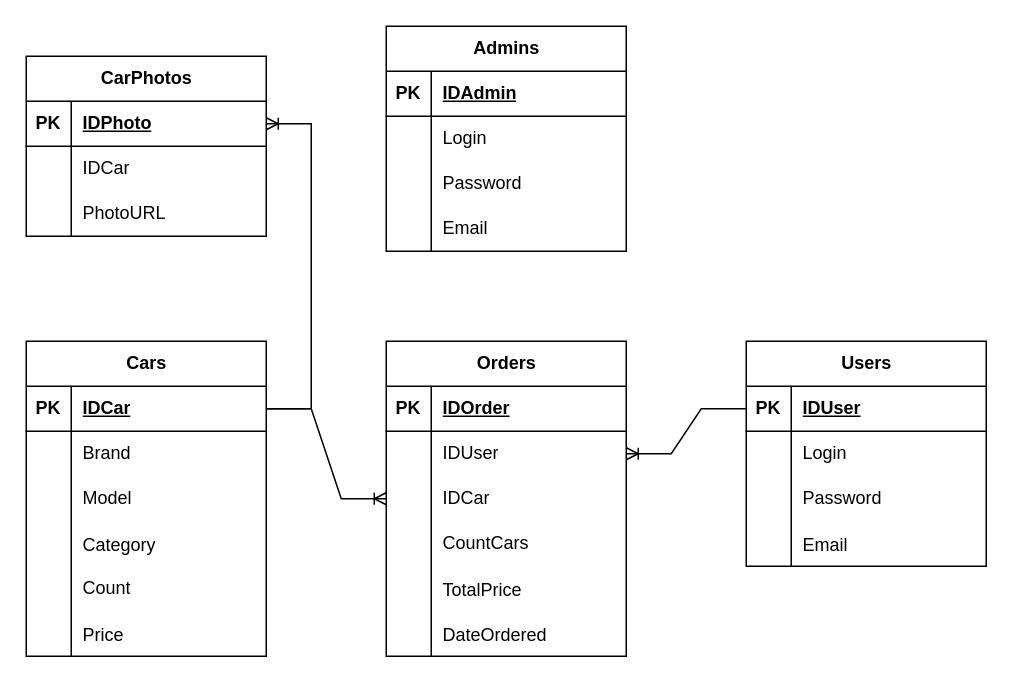
Earlier version of the draw.io diagram CarShopAPI-DbDiagram.drawio (PeterYevenchuk/CarShopAPI). Source tidied: cells renumbered, new cells numbered last; positions are measured from the earlier drawing's top-left corner, leaving out a move shared by most shapes. Both pictures are drawn from the tidied source at 150%, with x=0, y=0 at pixel (26, 26).
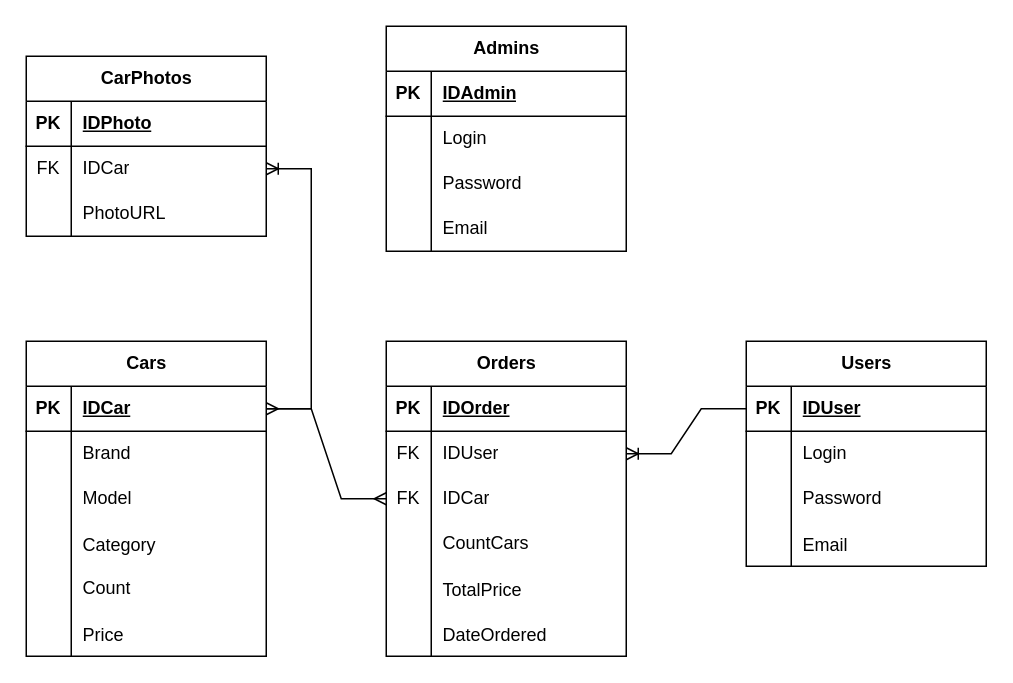
Above is the later version.

The change refers to these unchanged cells:
```xml
<mxCell id="3" style="shape=tableRow;horizontal=0;startSize=0;swimlaneHead=0;swimlaneBody=0;fillColor=none;points=[[0,0.5],[1,0.5]];portConstraint=eastwest;top=0;left=0;right=0;bottom=1;" parent="2" vertex="1">
  <mxGeometry y="30" width="160" height="30" as="geometry" />
</mxCell>
<mxCell id="16" style="shape=tableRow;horizontal=0;startSize=0;swimlaneHead=0;swimlaneBody=0;fillColor=none;points=[[0,0.5],[1,0.5]];portConstraint=eastwest;top=0;left=0;right=0;bottom=1;" parent="15" vertex="1">
  <mxGeometry y="30" width="160" height="30" as="geometry" />
</mxCell>
<mxCell id="47" value="Orders" style="shape=table;startSize=30;childLayout=tableLayout;rowLines=0;fontStyle=1;align=center;html=1;" parent="1" vertex="1">
  <mxGeometry x="240" y="210" width="160" height="210" as="geometry" />
</mxCell>
<mxCell id="54" style="shape=tableRow;horizontal=0;startSize=0;swimlaneHead=0;swimlaneBody=0;fillColor=none;points=[[0,0.5],[1,0.5]];portConstraint=eastwest;top=0;left=0;right=0;bottom=0;" parent="47" vertex="1">
  <mxGeometry y="90" width="160" height="30" as="geometry" />
</mxCell>
<mxCell id="66" value="CarPhotos" style="shape=table;startSize=30;childLayout=tableLayout;rowLines=0;fontStyle=1;align=center;html=1;" parent="1" vertex="1">
  <mxGeometry y="20" width="160" height="120" as="geometry" />
</mxCell>
<mxCell id="67" style="shape=tableRow;horizontal=0;startSize=0;swimlaneHead=0;swimlaneBody=0;fillColor=none;points=[[0,0.5],[1,0.5]];portConstraint=eastwest;top=0;left=0;right=0;bottom=1;" parent="66" vertex="1">
  <mxGeometry y="30" width="160" height="30" as="geometry" />
</mxCell>
```

Diff of the diagram source:
```diff
@@
-    <mxCell id="51" style="shape=tableRow;horizontal=0;startSize=0;swimlaneHead=0;swimlaneBody=0;fillColor=none;points=[[0,0.5],[1,0.5]];portConstraint=eastwest;top=0;left=0;right=0;bottom=0;" parent="47" vertex="1">
-      <mxGeometry y="60" width="160" height="30" as="geometry" />
-    </mxCell>
-    <mxCell id="52" style="shape=partialRectangle;fillColor=none;top=0;left=0;bottom=0;right=0;overflow=hidden;whiteSpace=wrap;html=1;" parent="51" vertex="1">
-      <mxGeometry width="30" height="30" as="geometry" />
-    </mxCell>
+    <mxCell id="79" style="shape=tableRow;horizontal=0;startSize=0;swimlaneHead=0;swimlaneBody=0;fillColor=none;points=[[0,0.5],[1,0.5]];portConstraint=eastwest;top=0;left=0;right=0;bottom=0;" parent="47" vertex="1">
+      <mxGeometry y="60" width="160" height="30" as="geometry" />
+    </mxCell>
+    <mxCell id="80" value="FK" style="shape=partialRectangle;fillColor=none;top=0;left=0;bottom=0;right=0;fontStyle=0;overflow=hidden;whiteSpace=wrap;html=1;" parent="79" vertex="1">
+      <mxGeometry width="30" height="30" as="geometry" />
+    </mxCell>
-    <mxCell id="53" value="IDUser" style="shape=partialRectangle;fillColor=none;top=0;left=0;bottom=0;right=0;align=left;spacingLeft=6;overflow=hidden;whiteSpace=wrap;html=1;" parent="51" vertex="1">
+    <mxCell id="53" value="IDUser" style="shape=partialRectangle;fillColor=none;top=0;left=0;bottom=0;right=0;align=left;spacingLeft=6;fontStyle=0;overflow=hidden;whiteSpace=wrap;html=1;" parent="79" vertex="1">
       <mxGeometry x="30" width="130" height="30" as="geometry" />
     </mxCell>
@@
-    <mxCell id="55" style="shape=partialRectangle;fillColor=none;top=0;left=0;bottom=0;right=0;overflow=hidden;whiteSpace=wrap;html=1;" parent="54" vertex="1">
-      <mxGeometry width="30" height="30" as="geometry" />
-    </mxCell>
-    <mxCell id="56" value="IDCar" style="shape=partialRectangle;fillColor=none;top=0;left=0;bottom=0;right=0;align=left;spacingLeft=6;overflow=hidden;whiteSpace=wrap;html=1;" parent="54" vertex="1">
-      <mxGeometry x="30" width="130" height="30" as="geometry" />
-    </mxCell>
+    <mxCell id="81" value="FK" style="shape=partialRectangle;fillColor=none;top=0;left=0;bottom=0;right=0;fontStyle=0;overflow=hidden;whiteSpace=wrap;html=1;" parent="54" vertex="1">
+      <mxGeometry width="30" height="30" as="geometry" />
+    </mxCell>
+    <mxCell id="82" value="IDCar" style="shape=partialRectangle;fillColor=none;top=0;left=0;bottom=0;right=0;align=left;spacingLeft=6;fontStyle=0;overflow=hidden;whiteSpace=wrap;html=1;" parent="54" vertex="1">
+      <mxGeometry x="30" width="130" height="30" as="geometry" />
+    </mxCell>
@@
-    <mxCell id="70" style="shape=tableRow;horizontal=0;startSize=0;swimlaneHead=0;swimlaneBody=0;fillColor=none;top=0;left=0;right=0;bottom=0;" parent="66" vertex="1">
-      <mxGeometry y="60" width="160" height="30" as="geometry" />
-    </mxCell>
-    <mxCell id="71" style="shape=partialRectangle;fillColor=none;top=0;left=0;bottom=0;right=0;overflow=hidden;whiteSpace=wrap;html=1;" parent="70" vertex="1">
-      <mxGeometry width="30" height="30" as="geometry" />
-    </mxCell>
-    <mxCell id="72" value="IDCar" style="shape=partialRectangle;fillColor=none;top=0;left=0;bottom=0;right=0;align=left;spacingLeft=6;overflow=hidden;whiteSpace=wrap;html=1;" parent="70" vertex="1">
-      <mxGeometry x="30" width="130" height="30" as="geometry" />
-    </mxCell>
+    <mxCell id="83" style="shape=tableRow;horizontal=0;startSize=0;swimlaneHead=0;swimlaneBody=0;fillColor=none;points=[[0,0.5],[1,0.5]];portConstraint=eastwest;top=0;left=0;right=0;bottom=0;" parent="66" vertex="1">
+      <mxGeometry y="60" width="160" height="30" as="geometry" />
+    </mxCell>
+    <mxCell id="84" value="FK" style="shape=partialRectangle;fillColor=none;top=0;left=0;bottom=0;right=0;fontStyle=0;overflow=hidden;whiteSpace=wrap;html=1;" parent="83" vertex="1">
+      <mxGeometry width="30" height="30" as="geometry" />
+    </mxCell>
+    <mxCell id="85" value="IDCar" style="shape=partialRectangle;fillColor=none;top=0;left=0;bottom=0;right=0;align=left;spacingLeft=6;fontStyle=0;overflow=hidden;whiteSpace=wrap;html=1;" parent="83" vertex="1">
+      <mxGeometry x="30" width="130" height="30" as="geometry" />
+    </mxCell>
@@
-    <mxCell id="76" style="edgeStyle=entityRelationEdgeStyle;fontSize=12;html=1;endArrow=ERoneToMany;rounded=0;exitX=0;exitY=0.5;exitDx=0;exitDy=0;entryX=1;entryY=0.5;entryDx=0;entryDy=0;" parent="1" edge="1" source="3" target="51">
+    <mxCell id="76" style="edgeStyle=entityRelationEdgeStyle;fontSize=12;html=1;endArrow=ERoneToMany;rounded=0;exitX=0;exitY=0.5;exitDx=0;exitDy=0;" parent="1" edge="1" source="3" target="79">
       <mxGeometry relative="1" as="geometry" />
     </mxCell>
+    <mxCell id="78" style="edgeStyle=entityRelationEdgeStyle;fontSize=12;html=1;endArrow=ERoneToMany;rounded=0;exitX=1;exitY=0.5;exitDx=0;exitDy=0;" parent="1" edge="1" source="16" target="83">
+      <mxGeometry relative="1" as="geometry" />
+    </mxCell>
-    <mxCell id="77" style="edgeStyle=entityRelationEdgeStyle;fontSize=12;html=1;endArrow=ERoneToMany;rounded=0;exitX=1;exitY=0.5;exitDx=0;exitDy=0;" parent="1" edge="1" source="16" target="54">
+    <mxCell id="77" style="edgeStyle=entityRelationEdgeStyle;fontSize=12;html=1;endArrow=ERmany;startArrow=ERmany;rounded=0;exitX=1;exitY=0.5;exitDx=0;exitDy=0;entryX=0;entryY=0.5;entryDx=0;entryDy=0;" parent="1" edge="1" source="16" target="54">
       <mxGeometry relative="1" as="geometry" />
     </mxCell>
-    <mxCell id="78" style="edgeStyle=entityRelationEdgeStyle;fontSize=12;html=1;endArrow=ERoneToMany;rounded=0;entryX=1;entryY=0.5;entryDx=0;entryDy=0;exitX=1;exitY=0.5;exitDx=0;exitDy=0;" parent="1" edge="1" source="16" target="67">
-      <mxGeometry relative="1" as="geometry" />
-    </mxCell>
```
